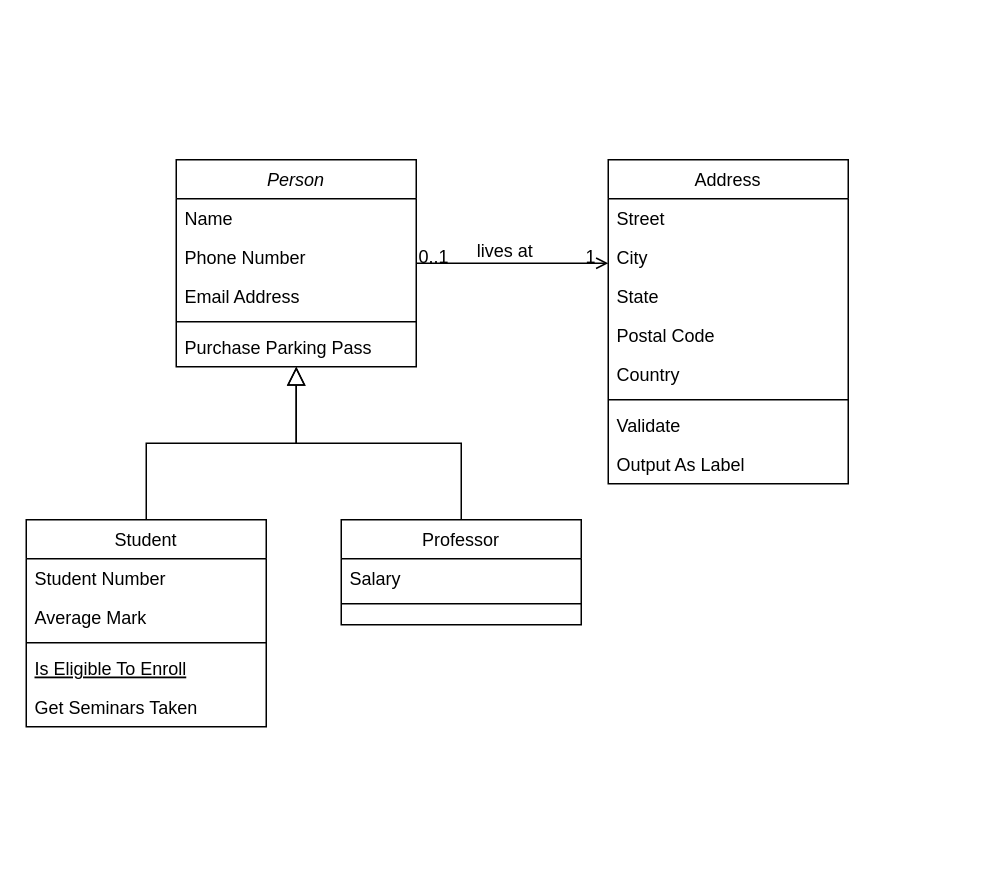
Earlier version of the draw.io diagram Untitled Diagram.drawio (Bangkithari18/draw). Source tidied: cells renumbered, new cells numbered last; positions are measured from the earlier drawing's top-left corner, leaving out a move shared by most shapes. Both pictures are drawn from the tidied source at 150%, with x=0, y=0 at pixel (26, 159).
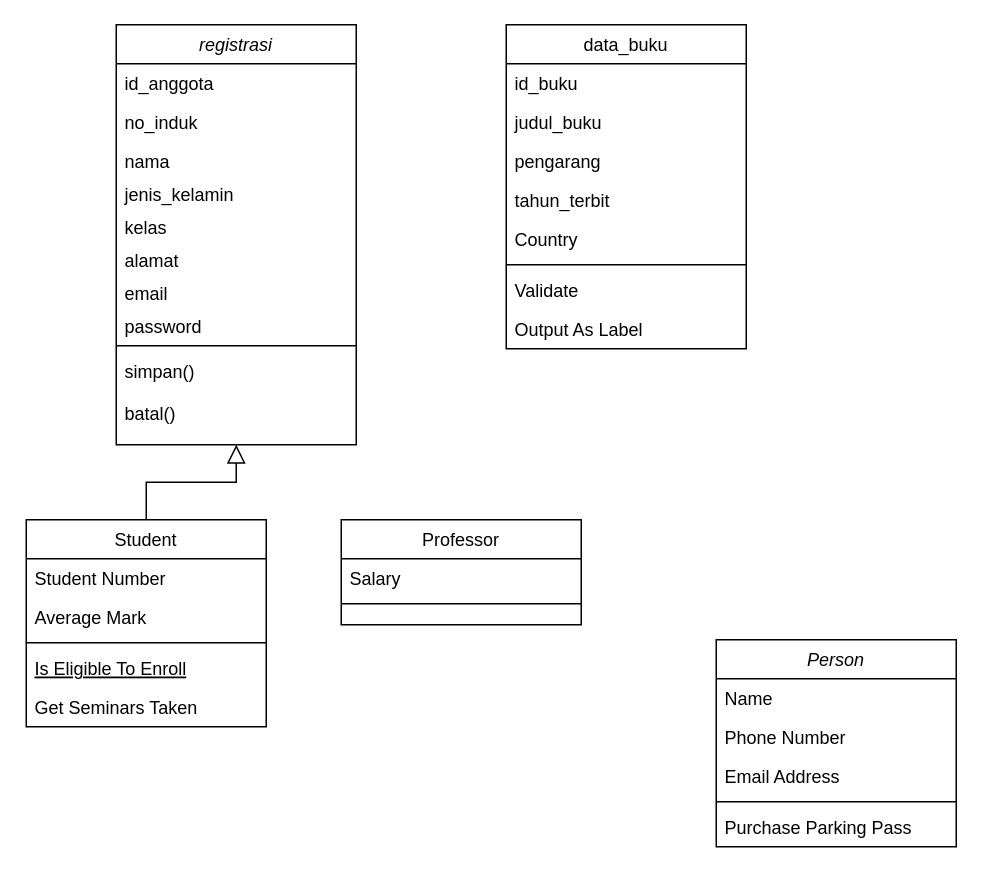
The same page after the edit.

Unchanged cells that the change refers to:
```xml
<mxCell id="15" value="Professor" style="swimlane;fontStyle=0;align=center;verticalAlign=top;horizontal=1;startSize=26;rounded=0;shadow=0;strokeWidth=1;" parent="1" vertex="1">
  <mxGeometry x="210" y="240" width="160" height="70" as="geometry" />
</mxCell>
```

Diff of the diagram source:
```diff
@@
-    <mxCell id="2" value="Person" style="swimlane;fontStyle=2;align=center;verticalAlign=top;horizontal=1;startSize=26;rounded=0;shadow=0;strokeWidth=1;" parent="1" vertex="1">
-      <mxGeometry x="100" width="160" height="138" as="geometry" />
+    <mxCell id="2" value="registrasi" style="swimlane;fontStyle=2;align=center;verticalAlign=top;horizontal=1;startSize=26;rounded=0;shadow=0;strokeWidth=1;" parent="1" vertex="1">
+      <mxGeometry x="60" y="-90" width="160" height="280" as="geometry" />
     </mxCell>
-    <mxCell id="3" value="Name" style="text;align=left;verticalAlign=top;spacingLeft=4;spacingRight=4;overflow=hidden;" parent="2" vertex="1">
+    <mxCell id="3" value="id_anggota" style="text;align=left;verticalAlign=top;spacingLeft=4;spacingRight=4;overflow=hidden;" parent="2" vertex="1">
       <mxGeometry y="26" width="160" height="26" as="geometry" />
     </mxCell>
-    <mxCell id="4" value="Phone Number" style="text;align=left;verticalAlign=top;spacingLeft=4;spacingRight=4;overflow=hidden;rounded=0;shadow=0;html=0;" parent="2" vertex="1">
+    <mxCell id="4" value="no_induk" style="text;align=left;verticalAlign=top;spacingLeft=4;spacingRight=4;overflow=hidden;rounded=0;shadow=0;html=0;" parent="2" vertex="1">
       <mxGeometry y="52" width="160" height="26" as="geometry" />
     </mxCell>
-    <mxCell id="5" value="Email Address" style="text;align=left;verticalAlign=top;spacingLeft=4;spacingRight=4;overflow=hidden;rounded=0;shadow=0;html=0;" parent="2" vertex="1">
-      <mxGeometry y="78" width="160" height="26" as="geometry" />
+    <mxCell id="5" value="nama" style="text;align=left;verticalAlign=top;spacingLeft=4;spacingRight=4;overflow=hidden;rounded=0;shadow=0;html=0;" parent="2" vertex="1">
+      <mxGeometry y="78" width="160" height="22" as="geometry" />
     </mxCell>
+    <mxCell id="32" value="jenis_kelamin" style="text;align=left;verticalAlign=top;spacingLeft=4;spacingRight=4;overflow=hidden;rounded=0;shadow=0;html=0;" parent="2" vertex="1">
+      <mxGeometry y="100" width="160" height="22" as="geometry" />
+    </mxCell>
+    <mxCell id="33" value="kelas" style="text;align=left;verticalAlign=top;spacingLeft=4;spacingRight=4;overflow=hidden;rounded=0;shadow=0;html=0;" parent="2" vertex="1">
+      <mxGeometry y="122" width="160" height="22" as="geometry" />
+    </mxCell>
+    <mxCell id="34" value="alamat" style="text;align=left;verticalAlign=top;spacingLeft=4;spacingRight=4;overflow=hidden;rounded=0;shadow=0;html=0;" parent="2" vertex="1">
+      <mxGeometry y="144" width="160" height="22" as="geometry" />
+    </mxCell>
+    <mxCell id="35" value="email" style="text;align=left;verticalAlign=top;spacingLeft=4;spacingRight=4;overflow=hidden;rounded=0;shadow=0;html=0;" parent="2" vertex="1">
+      <mxGeometry y="166" width="160" height="22" as="geometry" />
+    </mxCell>
+    <mxCell id="36" value="password" style="text;align=left;verticalAlign=top;spacingLeft=4;spacingRight=4;overflow=hidden;rounded=0;shadow=0;html=0;" parent="2" vertex="1">
+      <mxGeometry y="188" width="160" height="22" as="geometry" />
+    </mxCell>
     <mxCell id="6" style="line;html=1;strokeWidth=1;align=left;verticalAlign=middle;spacingTop=-1;spacingLeft=3;spacingRight=3;labelPosition=right;" parent="2" vertex="1">
-      <mxGeometry y="104" width="160" height="8" as="geometry" />
+      <mxGeometry y="210" width="160" height="8" as="geometry" />
     </mxCell>
-    <mxCell id="7" value="Purchase Parking Pass" style="text;align=left;verticalAlign=top;spacingLeft=4;spacingRight=4;overflow=hidden;" parent="2" vertex="1">
-      <mxGeometry y="112" width="160" height="26" as="geometry" />
+    <mxCell id="7" value="simpan()&#10;&#10;batal()" style="text;align=left;verticalAlign=top;spacingLeft=4;spacingRight=4;overflow=hidden;" parent="2" vertex="1">
+      <mxGeometry y="218" width="160" height="62" as="geometry" />
     </mxCell>
@@
-    <mxCell id="18" style="endArrow=block;endSize=10;endFill=0;shadow=0;strokeWidth=1;rounded=0;curved=0;edgeStyle=elbowEdgeStyle;elbow=vertical;" parent="1" edge="1" source="15" target="2">
-      <mxGeometry relative="1" as="geometry" />
-    </mxCell>
-    <mxCell id="19" value="Address" style="swimlane;fontStyle=0;align=center;verticalAlign=top;horizontal=1;startSize=26;rounded=0;shadow=0;strokeWidth=1;" parent="1" vertex="1">
-      <mxGeometry x="388" width="160" height="216" as="geometry" />
+    <mxCell id="19" value="data_buku" style="swimlane;fontStyle=0;align=center;verticalAlign=top;horizontal=1;startSize=26;rounded=0;shadow=0;strokeWidth=1;" parent="1" vertex="1">
+      <mxGeometry x="320" y="-90" width="160" height="216" as="geometry" />
     </mxCell>
-    <mxCell id="20" value="Street" style="text;align=left;verticalAlign=top;spacingLeft=4;spacingRight=4;overflow=hidden;" parent="19" vertex="1">
+    <mxCell id="20" value="id_buku" style="text;align=left;verticalAlign=top;spacingLeft=4;spacingRight=4;overflow=hidden;" parent="19" vertex="1">
       <mxGeometry y="26" width="160" height="26" as="geometry" />
     </mxCell>
-    <mxCell id="21" value="City" style="text;align=left;verticalAlign=top;spacingLeft=4;spacingRight=4;overflow=hidden;rounded=0;shadow=0;html=0;" parent="19" vertex="1">
+    <mxCell id="21" value="judul_buku" style="text;align=left;verticalAlign=top;spacingLeft=4;spacingRight=4;overflow=hidden;rounded=0;shadow=0;html=0;" parent="19" vertex="1">
       <mxGeometry y="52" width="160" height="26" as="geometry" />
     </mxCell>
-    <mxCell id="22" value="State" style="text;align=left;verticalAlign=top;spacingLeft=4;spacingRight=4;overflow=hidden;rounded=0;shadow=0;html=0;" parent="19" vertex="1">
+    <mxCell id="22" value="pengarang" style="text;align=left;verticalAlign=top;spacingLeft=4;spacingRight=4;overflow=hidden;rounded=0;shadow=0;html=0;" parent="19" vertex="1">
       <mxGeometry y="78" width="160" height="26" as="geometry" />
     </mxCell>
-    <mxCell id="23" value="Postal Code" style="text;align=left;verticalAlign=top;spacingLeft=4;spacingRight=4;overflow=hidden;rounded=0;shadow=0;html=0;" parent="19" vertex="1">
+    <mxCell id="23" value="tahun_terbit" style="text;align=left;verticalAlign=top;spacingLeft=4;spacingRight=4;overflow=hidden;rounded=0;shadow=0;html=0;" parent="19" vertex="1">
       <mxGeometry y="104" width="160" height="26" as="geometry" />
     </mxCell>
@@
-    <mxCell id="28" style="endArrow=open;shadow=0;strokeWidth=1;rounded=0;curved=0;endFill=1;edgeStyle=elbowEdgeStyle;elbow=vertical;" parent="1" edge="1" source="2" target="19">
-      <mxGeometry x="0.5" y="41" relative="1" as="geometry">
-        <mxPoint x="-40" y="32" as="offset" />
-      </mxGeometry>
-    </mxCell>
-    <mxCell id="29" value="0..1" style="align=left;verticalAlign=bottom;labelBackgroundColor=none;fontSize=12;" parent="28" vertex="1">
-      <mxGeometry x="-1" relative="1" as="geometry">
-        <mxPoint y="4" as="offset" />
-      </mxGeometry>
-    </mxCell>
-    <mxCell id="30" value="1" style="align=right;verticalAlign=bottom;labelBackgroundColor=none;fontSize=12;" parent="28" vertex="1">
-      <mxGeometry x="1" relative="1" as="geometry">
-        <mxPoint x="-7" y="4" as="offset" />
-      </mxGeometry>
-    </mxCell>
-    <mxCell id="31" value="lives at" style="text;html=1;align=center;verticalAlign=middle;labelBackgroundColor=none;rounded=0;shadow=0;strokeWidth=1;fontSize=12;" parent="28" vertex="1">
-      <mxGeometry x="0.5" y="49" relative="1" as="geometry">
-        <mxPoint x="-38" y="40" as="offset" />
-      </mxGeometry>
-    </mxCell>
+    <mxCell id="37" value="Person" style="swimlane;fontStyle=2;align=center;verticalAlign=top;horizontal=1;startSize=26;rounded=0;shadow=0;strokeWidth=1;" parent="1" vertex="1">
+      <mxGeometry x="460" y="320" width="160" height="138" as="geometry" />
+    </mxCell>
+    <mxCell id="38" value="Name" style="text;align=left;verticalAlign=top;spacingLeft=4;spacingRight=4;overflow=hidden;" parent="37" vertex="1">
+      <mxGeometry y="26" width="160" height="26" as="geometry" />
+    </mxCell>
+    <mxCell id="39" value="Phone Number" style="text;align=left;verticalAlign=top;spacingLeft=4;spacingRight=4;overflow=hidden;rounded=0;shadow=0;html=0;" parent="37" vertex="1">
+      <mxGeometry y="52" width="160" height="26" as="geometry" />
+    </mxCell>
+    <mxCell id="40" value="Email Address" style="text;align=left;verticalAlign=top;spacingLeft=4;spacingRight=4;overflow=hidden;rounded=0;shadow=0;html=0;" parent="37" vertex="1">
+      <mxGeometry y="78" width="160" height="26" as="geometry" />
+    </mxCell>
+    <mxCell id="41" style="line;html=1;strokeWidth=1;align=left;verticalAlign=middle;spacingTop=-1;spacingLeft=3;spacingRight=3;labelPosition=right;" parent="37" vertex="1">
+      <mxGeometry y="104" width="160" height="8" as="geometry" />
+    </mxCell>
+    <mxCell id="42" value="Purchase Parking Pass" style="text;align=left;verticalAlign=top;spacingLeft=4;spacingRight=4;overflow=hidden;" parent="37" vertex="1">
+      <mxGeometry y="112" width="160" height="26" as="geometry" />
+    </mxCell>
```
